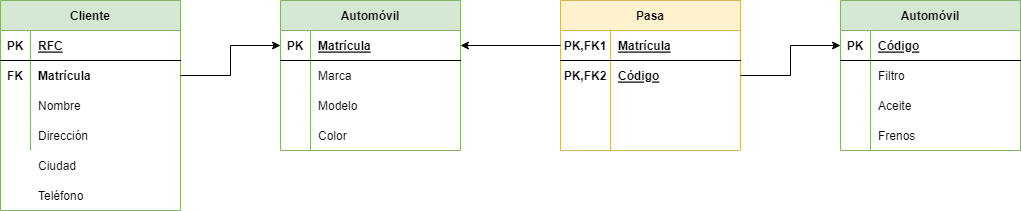
Earlier version of the draw.io export TAREAS/Tarea9/Ejercicio6/IMG/MR.Nº6.drawio.png (samugd17/base-datos-bae-). Source tidied: cells renumbered, new cells last; positions are measured from the earlier drawing's top-left corner, leaving out a move shared by most shapes. Source of this version:
```xml
<mxGraphModel>
  <root>
    <mxCell id="0" />
    <mxCell id="1" parent="0" />
    <mxCell id="2" value="Cliente" style="shape=table;startSize=30;rowLines=0;fontStyle=1;align=center;fillColor=#d5e8d4;strokeColor=#82b366;" parent="1" vertex="1">
      <mxGeometry width="180" height="210" as="geometry" />
    </mxCell>
    <mxCell id="3" style="shape=tableRow;horizontal=0;startSize=0;swimlaneHead=0;swimlaneBody=0;fillColor=none;top=0;left=0;right=0;bottom=1;" parent="2" vertex="1">
      <mxGeometry y="30" width="180" height="30" as="geometry" />
    </mxCell>
    <mxCell id="4" value="PK" style="shape=partialRectangle;fillColor=none;top=0;left=0;bottom=0;right=0;fontStyle=1;overflow=hidden;" parent="3" vertex="1">
      <mxGeometry width="30" height="30" as="geometry" />
    </mxCell>
    <mxCell id="5" value="RFC" style="shape=partialRectangle;fillColor=none;top=0;left=0;bottom=0;right=0;align=left;spacingLeft=6;fontStyle=5;overflow=hidden;" parent="3" vertex="1">
      <mxGeometry x="30" width="150" height="30" as="geometry" />
    </mxCell>
    <mxCell id="6" style="shape=tableRow;horizontal=0;startSize=0;swimlaneHead=0;swimlaneBody=0;fillColor=none;points=[[0,0.5],[1,0.5]];portConstraint=eastwest;top=0;left=0;right=0;bottom=0;" parent="2" vertex="1">
      <mxGeometry y="60" width="180" height="30" as="geometry" />
    </mxCell>
    <mxCell id="7" value="FK" style="shape=partialRectangle;fillColor=none;top=0;left=0;bottom=0;right=0;overflow=hidden;fontStyle=1;" parent="6" vertex="1">
      <mxGeometry width="30" height="30" as="geometry" />
    </mxCell>
    <mxCell id="8" value="Matrícula" style="shape=partialRectangle;fillColor=none;top=0;left=0;bottom=0;right=0;align=left;spacingLeft=6;overflow=hidden;fontStyle=1;" parent="6" vertex="1">
      <mxGeometry x="30" width="150" height="30" as="geometry" />
    </mxCell>
    <mxCell id="9" style="shape=tableRow;horizontal=0;startSize=0;swimlaneHead=0;swimlaneBody=0;fillColor=none;top=0;left=0;right=0;bottom=0;" parent="2" vertex="1">
      <mxGeometry y="90" width="180" height="30" as="geometry" />
    </mxCell>
    <mxCell id="10" style="shape=partialRectangle;fillColor=none;top=0;left=0;bottom=0;right=0;overflow=hidden;" parent="9" vertex="1">
      <mxGeometry width="30" height="30" as="geometry" />
    </mxCell>
    <mxCell id="11" value="Nombre" style="shape=partialRectangle;fillColor=none;top=0;left=0;bottom=0;right=0;align=left;spacingLeft=6;overflow=hidden;" parent="9" vertex="1">
      <mxGeometry x="30" width="150" height="30" as="geometry" />
    </mxCell>
    <mxCell id="12" style="shape=tableRow;horizontal=0;startSize=0;swimlaneHead=0;swimlaneBody=0;fillColor=none;top=0;left=0;right=0;bottom=0;" parent="2" vertex="1">
      <mxGeometry y="120" width="180" height="30" as="geometry" />
    </mxCell>
    <mxCell id="13" style="shape=partialRectangle;fillColor=none;top=0;left=0;bottom=0;right=0;overflow=hidden;" parent="12" vertex="1">
      <mxGeometry width="30" height="30" as="geometry" />
    </mxCell>
    <mxCell id="14" value="Dirección" style="shape=partialRectangle;fillColor=none;top=0;left=0;bottom=0;right=0;align=left;spacingLeft=6;overflow=hidden;" parent="12" vertex="1">
      <mxGeometry x="30" width="150" height="30" as="geometry" />
    </mxCell>
    <mxCell id="15" style="shape=tableRow;horizontal=0;startSize=0;swimlaneHead=0;swimlaneBody=0;fillColor=none;top=0;left=0;right=0;bottom=0;" parent="1" vertex="1">
      <mxGeometry y="150" width="180" height="30" as="geometry" />
    </mxCell>
    <mxCell id="16" style="shape=partialRectangle;fillColor=none;top=0;left=0;bottom=0;right=0;overflow=hidden;" parent="15" vertex="1">
      <mxGeometry width="30" height="30" as="geometry" />
    </mxCell>
    <mxCell id="17" value="Ciudad" style="shape=partialRectangle;fillColor=none;top=0;left=0;bottom=0;right=0;align=left;spacingLeft=6;overflow=hidden;" parent="15" vertex="1">
      <mxGeometry x="30" width="150" height="30" as="geometry" />
    </mxCell>
    <mxCell id="18" style="shape=tableRow;horizontal=0;startSize=0;swimlaneHead=0;swimlaneBody=0;fillColor=none;top=0;left=0;right=0;bottom=0;" parent="1" vertex="1">
      <mxGeometry y="180" width="180" height="30" as="geometry" />
    </mxCell>
    <mxCell id="19" style="shape=partialRectangle;fillColor=none;top=0;left=0;bottom=0;right=0;overflow=hidden;" parent="18" vertex="1">
      <mxGeometry width="30" height="30" as="geometry" />
    </mxCell>
    <mxCell id="20" value="Teléfono" style="shape=partialRectangle;fillColor=none;top=0;left=0;bottom=0;right=0;align=left;spacingLeft=6;overflow=hidden;" parent="18" vertex="1">
      <mxGeometry x="30" width="150" height="30" as="geometry" />
    </mxCell>
    <mxCell id="21" value="Automóvil" style="shape=table;startSize=30;rowLines=0;fontStyle=1;align=center;fillColor=#d5e8d4;strokeColor=#82b366;" parent="1" vertex="1">
      <mxGeometry x="280" width="180" height="150" as="geometry" />
    </mxCell>
    <mxCell id="22" style="shape=tableRow;horizontal=0;startSize=0;swimlaneHead=0;swimlaneBody=0;fillColor=none;points=[[0,0.5],[1,0.5]];portConstraint=eastwest;top=0;left=0;right=0;bottom=1;" parent="21" vertex="1">
      <mxGeometry y="30" width="180" height="30" as="geometry" />
    </mxCell>
    <mxCell id="23" value="PK" style="shape=partialRectangle;fillColor=none;top=0;left=0;bottom=0;right=0;fontStyle=1;overflow=hidden;" parent="22" vertex="1">
      <mxGeometry width="30" height="30" as="geometry" />
    </mxCell>
    <mxCell id="24" value="Matrícula" style="shape=partialRectangle;fillColor=none;top=0;left=0;bottom=0;right=0;align=left;spacingLeft=6;fontStyle=5;overflow=hidden;" parent="22" vertex="1">
      <mxGeometry x="30" width="150" height="30" as="geometry" />
    </mxCell>
    <mxCell id="25" style="shape=tableRow;horizontal=0;startSize=0;swimlaneHead=0;swimlaneBody=0;fillColor=none;top=0;left=0;right=0;bottom=0;" parent="21" vertex="1">
      <mxGeometry y="60" width="180" height="30" as="geometry" />
    </mxCell>
    <mxCell id="26" style="shape=partialRectangle;fillColor=none;top=0;left=0;bottom=0;right=0;overflow=hidden;fontStyle=0;" parent="25" vertex="1">
      <mxGeometry width="30" height="30" as="geometry" />
    </mxCell>
    <mxCell id="27" value="Marca" style="shape=partialRectangle;fillColor=none;top=0;left=0;bottom=0;right=0;align=left;spacingLeft=6;overflow=hidden;fontStyle=0;" parent="25" vertex="1">
      <mxGeometry x="30" width="150" height="30" as="geometry" />
    </mxCell>
    <mxCell id="28" style="shape=tableRow;horizontal=0;startSize=0;swimlaneHead=0;swimlaneBody=0;fillColor=none;top=0;left=0;right=0;bottom=0;" parent="21" vertex="1">
      <mxGeometry y="90" width="180" height="30" as="geometry" />
    </mxCell>
    <mxCell id="29" style="shape=partialRectangle;fillColor=none;top=0;left=0;bottom=0;right=0;overflow=hidden;" parent="28" vertex="1">
      <mxGeometry width="30" height="30" as="geometry" />
    </mxCell>
    <mxCell id="30" value="Modelo" style="shape=partialRectangle;fillColor=none;top=0;left=0;bottom=0;right=0;align=left;spacingLeft=6;overflow=hidden;" parent="28" vertex="1">
      <mxGeometry x="30" width="150" height="30" as="geometry" />
    </mxCell>
    <mxCell id="31" style="shape=tableRow;horizontal=0;startSize=0;swimlaneHead=0;swimlaneBody=0;fillColor=none;top=0;left=0;right=0;bottom=0;" parent="21" vertex="1">
      <mxGeometry y="120" width="180" height="30" as="geometry" />
    </mxCell>
    <mxCell id="32" style="shape=partialRectangle;fillColor=none;top=0;left=0;bottom=0;right=0;overflow=hidden;" parent="31" vertex="1">
      <mxGeometry width="30" height="30" as="geometry" />
    </mxCell>
    <mxCell id="33" value="Color" style="shape=partialRectangle;fillColor=none;top=0;left=0;bottom=0;right=0;align=left;spacingLeft=6;overflow=hidden;" parent="31" vertex="1">
      <mxGeometry x="30" width="150" height="30" as="geometry" />
    </mxCell>
    <mxCell id="34" style="edgeStyle=orthogonalEdgeStyle;rounded=0;jettySize=auto;html=1;entryX=0;entryY=0.5;entryDx=0;entryDy=0;" parent="1" edge="1" source="6" target="22">
      <mxGeometry relative="1" as="geometry" />
    </mxCell>
    <mxCell id="35" value="Pasa" style="shape=table;startSize=30;rowLines=0;fontStyle=1;align=center;fillColor=#fff2cc;strokeColor=#d6b656;" parent="1" vertex="1">
      <mxGeometry x="560" width="180" height="150" as="geometry" />
    </mxCell>
    <mxCell id="36" style="shape=tableRow;horizontal=0;startSize=0;swimlaneHead=0;swimlaneBody=0;fillColor=none;points=[[0,0.5],[1,0.5]];portConstraint=eastwest;top=0;left=0;right=0;bottom=1;" parent="35" vertex="1">
      <mxGeometry y="30" width="180" height="30" as="geometry" />
    </mxCell>
    <mxCell id="37" value="PK,FK1" style="shape=partialRectangle;fillColor=none;top=0;left=0;bottom=0;right=0;fontStyle=1;overflow=hidden;" parent="36" vertex="1">
      <mxGeometry width="50" height="30" as="geometry" />
    </mxCell>
    <mxCell id="38" value="Matrícula" style="shape=partialRectangle;fillColor=none;top=0;left=0;bottom=0;right=0;align=left;spacingLeft=6;fontStyle=5;overflow=hidden;" parent="36" vertex="1">
      <mxGeometry x="50" width="130" height="30" as="geometry" />
    </mxCell>
    <mxCell id="39" style="shape=tableRow;horizontal=0;startSize=0;swimlaneHead=0;swimlaneBody=0;fillColor=none;points=[[0,0.5],[1,0.5]];portConstraint=eastwest;top=0;left=0;right=0;bottom=0;" parent="35" vertex="1">
      <mxGeometry y="60" width="180" height="30" as="geometry" />
    </mxCell>
    <mxCell id="40" value="PK,FK2" style="shape=partialRectangle;fillColor=none;top=0;left=0;bottom=0;right=0;overflow=hidden;fontStyle=1;" parent="39" vertex="1">
      <mxGeometry width="50" height="30" as="geometry" />
    </mxCell>
    <mxCell id="41" value="Código" style="shape=partialRectangle;fillColor=none;top=0;left=0;bottom=0;right=0;align=left;spacingLeft=6;overflow=hidden;fontStyle=5;" parent="39" vertex="1">
      <mxGeometry x="50" width="130" height="30" as="geometry" />
    </mxCell>
    <mxCell id="42" style="shape=tableRow;horizontal=0;startSize=0;swimlaneHead=0;swimlaneBody=0;fillColor=none;top=0;left=0;right=0;bottom=0;" parent="35" vertex="1">
      <mxGeometry y="90" width="180" height="30" as="geometry" />
    </mxCell>
    <mxCell id="43" style="shape=partialRectangle;fillColor=none;top=0;left=0;bottom=0;right=0;overflow=hidden;" parent="42" vertex="1">
      <mxGeometry width="50" height="30" as="geometry" />
    </mxCell>
    <mxCell id="44" style="shape=partialRectangle;fillColor=none;top=0;left=0;bottom=0;right=0;align=left;spacingLeft=6;overflow=hidden;" parent="42" vertex="1">
      <mxGeometry x="50" width="130" height="30" as="geometry" />
    </mxCell>
    <mxCell id="45" style="shape=tableRow;horizontal=0;startSize=0;swimlaneHead=0;swimlaneBody=0;fillColor=none;top=0;left=0;right=0;bottom=0;" parent="35" vertex="1">
      <mxGeometry y="120" width="180" height="30" as="geometry" />
    </mxCell>
    <mxCell id="46" style="shape=partialRectangle;fillColor=none;top=0;left=0;bottom=0;right=0;overflow=hidden;" parent="45" vertex="1">
      <mxGeometry width="50" height="30" as="geometry" />
    </mxCell>
    <mxCell id="47" style="shape=partialRectangle;fillColor=none;top=0;left=0;bottom=0;right=0;align=left;spacingLeft=6;overflow=hidden;" parent="45" vertex="1">
      <mxGeometry x="50" width="130" height="30" as="geometry" />
    </mxCell>
    <mxCell id="48" style="edgeStyle=orthogonalEdgeStyle;rounded=0;jettySize=auto;html=1;entryX=1;entryY=0.5;entryDx=0;entryDy=0;" parent="1" edge="1" source="36" target="22">
      <mxGeometry relative="1" as="geometry" />
    </mxCell>
    <mxCell id="49" value="Automóvil" style="shape=table;startSize=30;rowLines=0;fontStyle=1;align=center;fillColor=#d5e8d4;strokeColor=#82b366;" parent="1" vertex="1">
      <mxGeometry x="840" width="180" height="150" as="geometry" />
    </mxCell>
    <mxCell id="50" style="shape=tableRow;horizontal=0;startSize=0;swimlaneHead=0;swimlaneBody=0;fillColor=none;points=[[0,0.5],[1,0.5]];portConstraint=eastwest;top=0;left=0;right=0;bottom=1;" parent="49" vertex="1">
      <mxGeometry y="30" width="180" height="30" as="geometry" />
    </mxCell>
    <mxCell id="51" value="PK" style="shape=partialRectangle;fillColor=none;top=0;left=0;bottom=0;right=0;fontStyle=1;overflow=hidden;" parent="50" vertex="1">
      <mxGeometry width="30" height="30" as="geometry" />
    </mxCell>
    <mxCell id="52" value="Código" style="shape=partialRectangle;fillColor=none;top=0;left=0;bottom=0;right=0;align=left;spacingLeft=6;fontStyle=5;overflow=hidden;" parent="50" vertex="1">
      <mxGeometry x="30" width="150" height="30" as="geometry" />
    </mxCell>
    <mxCell id="53" style="shape=tableRow;horizontal=0;startSize=0;swimlaneHead=0;swimlaneBody=0;fillColor=none;top=0;left=0;right=0;bottom=0;" parent="49" vertex="1">
      <mxGeometry y="60" width="180" height="30" as="geometry" />
    </mxCell>
    <mxCell id="54" style="shape=partialRectangle;fillColor=none;top=0;left=0;bottom=0;right=0;overflow=hidden;fontStyle=0;" parent="53" vertex="1">
      <mxGeometry width="30" height="30" as="geometry" />
    </mxCell>
    <mxCell id="55" value="Filtro" style="shape=partialRectangle;fillColor=none;top=0;left=0;bottom=0;right=0;align=left;spacingLeft=6;overflow=hidden;fontStyle=0;" parent="53" vertex="1">
      <mxGeometry x="30" width="150" height="30" as="geometry" />
    </mxCell>
    <mxCell id="56" style="shape=tableRow;horizontal=0;startSize=0;swimlaneHead=0;swimlaneBody=0;fillColor=none;top=0;left=0;right=0;bottom=0;" parent="49" vertex="1">
      <mxGeometry y="90" width="180" height="30" as="geometry" />
    </mxCell>
    <mxCell id="57" style="shape=partialRectangle;fillColor=none;top=0;left=0;bottom=0;right=0;overflow=hidden;" parent="56" vertex="1">
      <mxGeometry width="30" height="30" as="geometry" />
    </mxCell>
    <mxCell id="58" value="Aceite" style="shape=partialRectangle;fillColor=none;top=0;left=0;bottom=0;right=0;align=left;spacingLeft=6;overflow=hidden;" parent="56" vertex="1">
      <mxGeometry x="30" width="150" height="30" as="geometry" />
    </mxCell>
    <mxCell id="59" style="shape=tableRow;horizontal=0;startSize=0;swimlaneHead=0;swimlaneBody=0;fillColor=none;top=0;left=0;right=0;bottom=0;" parent="49" vertex="1">
      <mxGeometry y="120" width="180" height="30" as="geometry" />
    </mxCell>
    <mxCell id="60" style="shape=partialRectangle;fillColor=none;top=0;left=0;bottom=0;right=0;overflow=hidden;" parent="59" vertex="1">
      <mxGeometry width="30" height="30" as="geometry" />
    </mxCell>
    <mxCell id="61" value="Frenos" style="shape=partialRectangle;fillColor=none;top=0;left=0;bottom=0;right=0;align=left;spacingLeft=6;overflow=hidden;" parent="59" vertex="1">
      <mxGeometry x="30" width="150" height="30" as="geometry" />
    </mxCell>
    <mxCell id="62" style="edgeStyle=orthogonalEdgeStyle;rounded=0;jettySize=auto;html=1;entryX=0;entryY=0.5;entryDx=0;entryDy=0;" parent="1" edge="1" source="39" target="50">
      <mxGeometry relative="1" as="geometry" />
    </mxCell>
  </root>
</mxGraphModel>
```
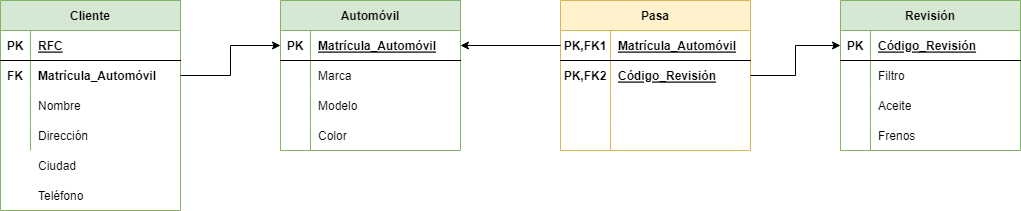
The same file after the commit.

Change to the diagram source:
```diff
@@ -20,7 +20,7 @@
     <mxCell id="7" value="FK" style="shape=partialRectangle;fillColor=none;top=0;left=0;bottom=0;right=0;overflow=hidden;fontStyle=1;" parent="6" vertex="1">
       <mxGeometry width="30" height="30" as="geometry" />
     </mxCell>
-    <mxCell id="8" value="Matrícula" style="shape=partialRectangle;fillColor=none;top=0;left=0;bottom=0;right=0;align=left;spacingLeft=6;overflow=hidden;fontStyle=1;" parent="6" vertex="1">
+    <mxCell id="8" value="Matrícula_Automóvil" style="shape=partialRectangle;fillColor=none;top=0;left=0;bottom=0;right=0;align=left;spacingLeft=6;overflow=hidden;fontStyle=1;" parent="6" vertex="1">
       <mxGeometry x="30" width="150" height="30" as="geometry" />
     </mxCell>
     <mxCell id="9" style="shape=tableRow;horizontal=0;startSize=0;swimlaneHead=0;swimlaneBody=0;fillColor=none;top=0;left=0;right=0;bottom=0;" parent="2" vertex="1">
@@ -68,7 +68,7 @@
     <mxCell id="23" value="PK" style="shape=partialRectangle;fillColor=none;top=0;left=0;bottom=0;right=0;fontStyle=1;overflow=hidden;" parent="22" vertex="1">
       <mxGeometry width="30" height="30" as="geometry" />
     </mxCell>
-    <mxCell id="24" value="Matrícula" style="shape=partialRectangle;fillColor=none;top=0;left=0;bottom=0;right=0;align=left;spacingLeft=6;fontStyle=5;overflow=hidden;" parent="22" vertex="1">
+    <mxCell id="24" value="Matrícula_Automóvil" style="shape=partialRectangle;fillColor=none;top=0;left=0;bottom=0;right=0;align=left;spacingLeft=6;fontStyle=5;overflow=hidden;" parent="22" vertex="1">
       <mxGeometry x="30" width="150" height="30" as="geometry" />
     </mxCell>
     <mxCell id="25" style="shape=tableRow;horizontal=0;startSize=0;swimlaneHead=0;swimlaneBody=0;fillColor=none;top=0;left=0;right=0;bottom=0;" parent="21" vertex="1">
@@ -102,48 +102,48 @@
       <mxGeometry relative="1" as="geometry" />
     </mxCell>
     <mxCell id="35" value="Pasa" style="shape=table;startSize=30;rowLines=0;fontStyle=1;align=center;fillColor=#fff2cc;strokeColor=#d6b656;" parent="1" vertex="1">
-      <mxGeometry x="560" width="180" height="150" as="geometry" />
+      <mxGeometry x="560" width="190" height="150" as="geometry" />
     </mxCell>
     <mxCell id="36" style="shape=tableRow;horizontal=0;startSize=0;swimlaneHead=0;swimlaneBody=0;fillColor=none;points=[[0,0.5],[1,0.5]];portConstraint=eastwest;top=0;left=0;right=0;bottom=1;" parent="35" vertex="1">
-      <mxGeometry y="30" width="180" height="30" as="geometry" />
+      <mxGeometry y="30" width="190" height="30" as="geometry" />
     </mxCell>
     <mxCell id="37" value="PK,FK1" style="shape=partialRectangle;fillColor=none;top=0;left=0;bottom=0;right=0;fontStyle=1;overflow=hidden;" parent="36" vertex="1">
       <mxGeometry width="50" height="30" as="geometry" />
     </mxCell>
-    <mxCell id="38" value="Matrícula" style="shape=partialRectangle;fillColor=none;top=0;left=0;bottom=0;right=0;align=left;spacingLeft=6;fontStyle=5;overflow=hidden;" parent="36" vertex="1">
-      <mxGeometry x="50" width="130" height="30" as="geometry" />
+    <mxCell id="38" value="Matrícula_Automóvil" style="shape=partialRectangle;fillColor=none;top=0;left=0;bottom=0;right=0;align=left;spacingLeft=6;fontStyle=5;overflow=hidden;" parent="36" vertex="1">
+      <mxGeometry x="50" width="140" height="30" as="geometry" />
     </mxCell>
     <mxCell id="39" style="shape=tableRow;horizontal=0;startSize=0;swimlaneHead=0;swimlaneBody=0;fillColor=none;points=[[0,0.5],[1,0.5]];portConstraint=eastwest;top=0;left=0;right=0;bottom=0;" parent="35" vertex="1">
-      <mxGeometry y="60" width="180" height="30" as="geometry" />
+      <mxGeometry y="60" width="190" height="30" as="geometry" />
     </mxCell>
     <mxCell id="40" value="PK,FK2" style="shape=partialRectangle;fillColor=none;top=0;left=0;bottom=0;right=0;overflow=hidden;fontStyle=1;" parent="39" vertex="1">
       <mxGeometry width="50" height="30" as="geometry" />
     </mxCell>
-    <mxCell id="41" value="Código" style="shape=partialRectangle;fillColor=none;top=0;left=0;bottom=0;right=0;align=left;spacingLeft=6;overflow=hidden;fontStyle=5;" parent="39" vertex="1">
-      <mxGeometry x="50" width="130" height="30" as="geometry" />
+    <mxCell id="41" value="Código_Revisión" style="shape=partialRectangle;fillColor=none;top=0;left=0;bottom=0;right=0;align=left;spacingLeft=6;overflow=hidden;fontStyle=5;" parent="39" vertex="1">
+      <mxGeometry x="50" width="140" height="30" as="geometry" />
     </mxCell>
     <mxCell id="42" style="shape=tableRow;horizontal=0;startSize=0;swimlaneHead=0;swimlaneBody=0;fillColor=none;top=0;left=0;right=0;bottom=0;" parent="35" vertex="1">
-      <mxGeometry y="90" width="180" height="30" as="geometry" />
+      <mxGeometry y="90" width="190" height="30" as="geometry" />
     </mxCell>
     <mxCell id="43" style="shape=partialRectangle;fillColor=none;top=0;left=0;bottom=0;right=0;overflow=hidden;" parent="42" vertex="1">
       <mxGeometry width="50" height="30" as="geometry" />
     </mxCell>
     <mxCell id="44" style="shape=partialRectangle;fillColor=none;top=0;left=0;bottom=0;right=0;align=left;spacingLeft=6;overflow=hidden;" parent="42" vertex="1">
-      <mxGeometry x="50" width="130" height="30" as="geometry" />
+      <mxGeometry x="50" width="140" height="30" as="geometry" />
     </mxCell>
     <mxCell id="45" style="shape=tableRow;horizontal=0;startSize=0;swimlaneHead=0;swimlaneBody=0;fillColor=none;top=0;left=0;right=0;bottom=0;" parent="35" vertex="1">
-      <mxGeometry y="120" width="180" height="30" as="geometry" />
+      <mxGeometry y="120" width="190" height="30" as="geometry" />
     </mxCell>
     <mxCell id="46" style="shape=partialRectangle;fillColor=none;top=0;left=0;bottom=0;right=0;overflow=hidden;" parent="45" vertex="1">
       <mxGeometry width="50" height="30" as="geometry" />
     </mxCell>
     <mxCell id="47" style="shape=partialRectangle;fillColor=none;top=0;left=0;bottom=0;right=0;align=left;spacingLeft=6;overflow=hidden;" parent="45" vertex="1">
-      <mxGeometry x="50" width="130" height="30" as="geometry" />
+      <mxGeometry x="50" width="140" height="30" as="geometry" />
     </mxCell>
     <mxCell id="48" style="edgeStyle=orthogonalEdgeStyle;rounded=0;jettySize=auto;html=1;entryX=1;entryY=0.5;entryDx=0;entryDy=0;" parent="1" edge="1" source="36" target="22">
       <mxGeometry relative="1" as="geometry" />
     </mxCell>
-    <mxCell id="49" value="Automóvil" style="shape=table;startSize=30;rowLines=0;fontStyle=1;align=center;fillColor=#d5e8d4;strokeColor=#82b366;" parent="1" vertex="1">
+    <mxCell id="49" value="Revisión" style="shape=table;startSize=30;rowLines=0;fontStyle=1;align=center;fillColor=#d5e8d4;strokeColor=#82b366;" parent="1" vertex="1">
       <mxGeometry x="840" width="180" height="150" as="geometry" />
     </mxCell>
     <mxCell id="50" style="shape=tableRow;horizontal=0;startSize=0;swimlaneHead=0;swimlaneBody=0;fillColor=none;points=[[0,0.5],[1,0.5]];portConstraint=eastwest;top=0;left=0;right=0;bottom=1;" parent="49" vertex="1">
@@ -152,7 +152,7 @@
     <mxCell id="51" value="PK" style="shape=partialRectangle;fillColor=none;top=0;left=0;bottom=0;right=0;fontStyle=1;overflow=hidden;" parent="50" vertex="1">
       <mxGeometry width="30" height="30" as="geometry" />
     </mxCell>
-    <mxCell id="52" value="Código" style="shape=partialRectangle;fillColor=none;top=0;left=0;bottom=0;right=0;align=left;spacingLeft=6;fontStyle=5;overflow=hidden;" parent="50" vertex="1">
+    <mxCell id="52" value="Código_Revisión" style="shape=partialRectangle;fillColor=none;top=0;left=0;bottom=0;right=0;align=left;spacingLeft=6;fontStyle=5;overflow=hidden;" parent="50" vertex="1">
       <mxGeometry x="30" width="150" height="30" as="geometry" />
     </mxCell>
     <mxCell id="53" style="shape=tableRow;horizontal=0;startSize=0;swimlaneHead=0;swimlaneBody=0;fillColor=none;top=0;left=0;right=0;bottom=0;" parent="49" vertex="1">
```
